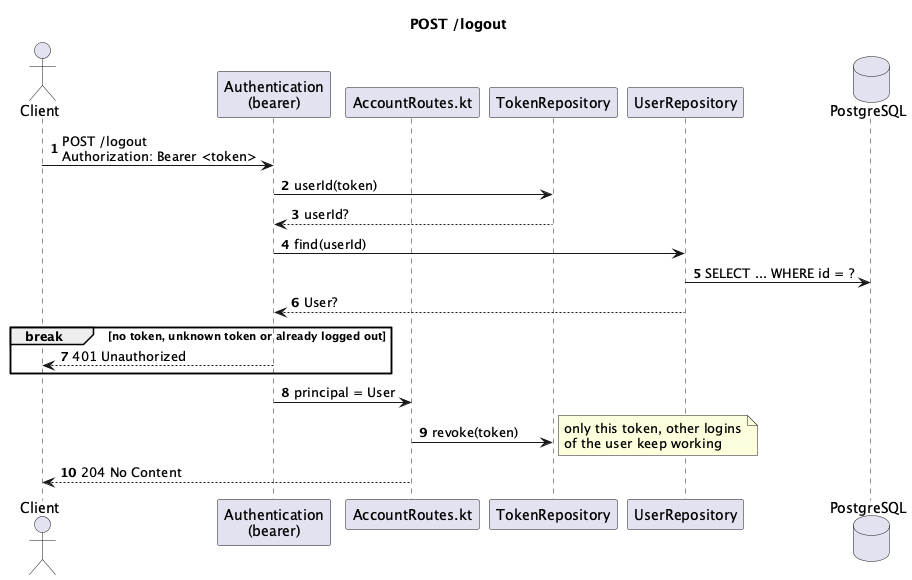
The PlantUML diagram docs/diagrams/sequence-logout.png in Rent-a-car-38291/rent-a-car, before a commit.
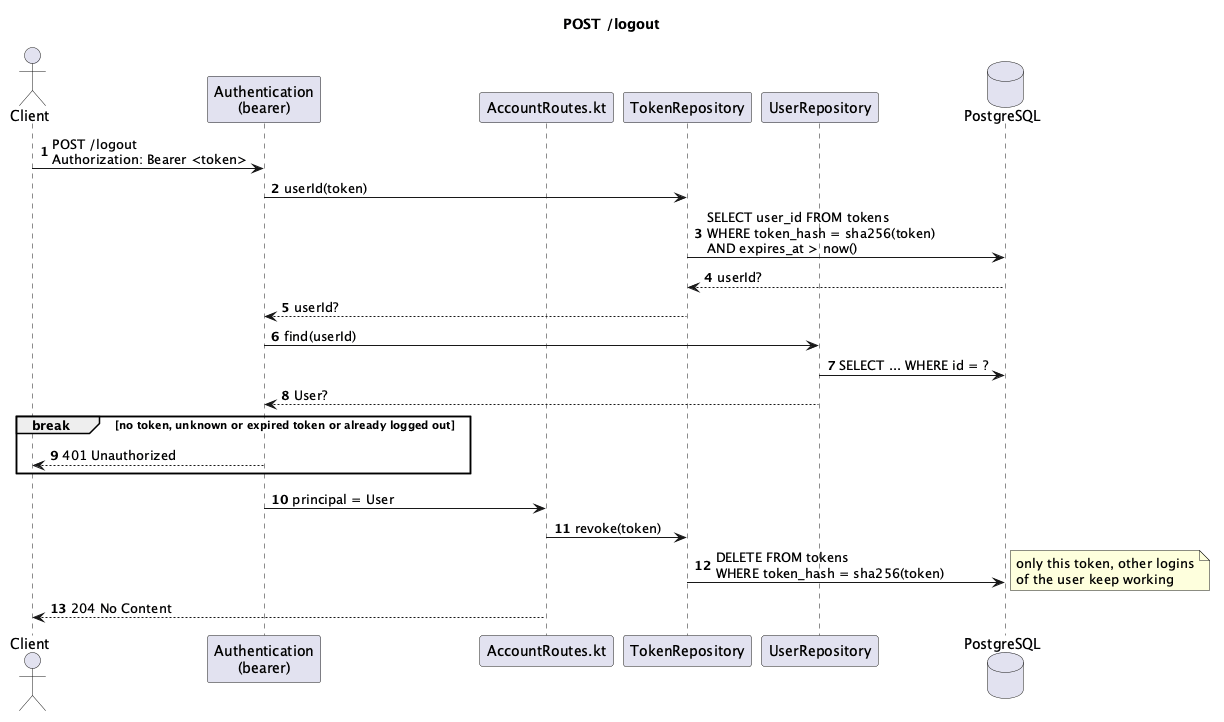
The same file after the commit.

Change to the diagram source:
```diff
@@ -11,16 +11,19 @@
 
 Client -> Auth : POST /logout\nAuthorization: Bearer <token>
 Auth -> TokenRepository : userId(token)
+TokenRepository -> PostgreSQL : SELECT user_id FROM tokens\nWHERE token_hash = sha256(token)\nAND expires_at > now()
+PostgreSQL --> TokenRepository : userId?
 TokenRepository --> Auth : userId?
 Auth -> UserRepository : find(userId)
 UserRepository -> PostgreSQL : SELECT ... WHERE id = ?
 UserRepository --> Auth : User?
-break no token, unknown token or already logged out
+break no token, unknown or expired token or already logged out
   Auth --> Client : 401 Unauthorized
 end
 Auth -> Route : principal = User
 
 Route -> TokenRepository : revoke(token)
+TokenRepository -> PostgreSQL : DELETE FROM tokens\nWHERE token_hash = sha256(token)
 note right : only this token, other logins\nof the user keep working
 Route --> Client : 204 No Content
 
```
